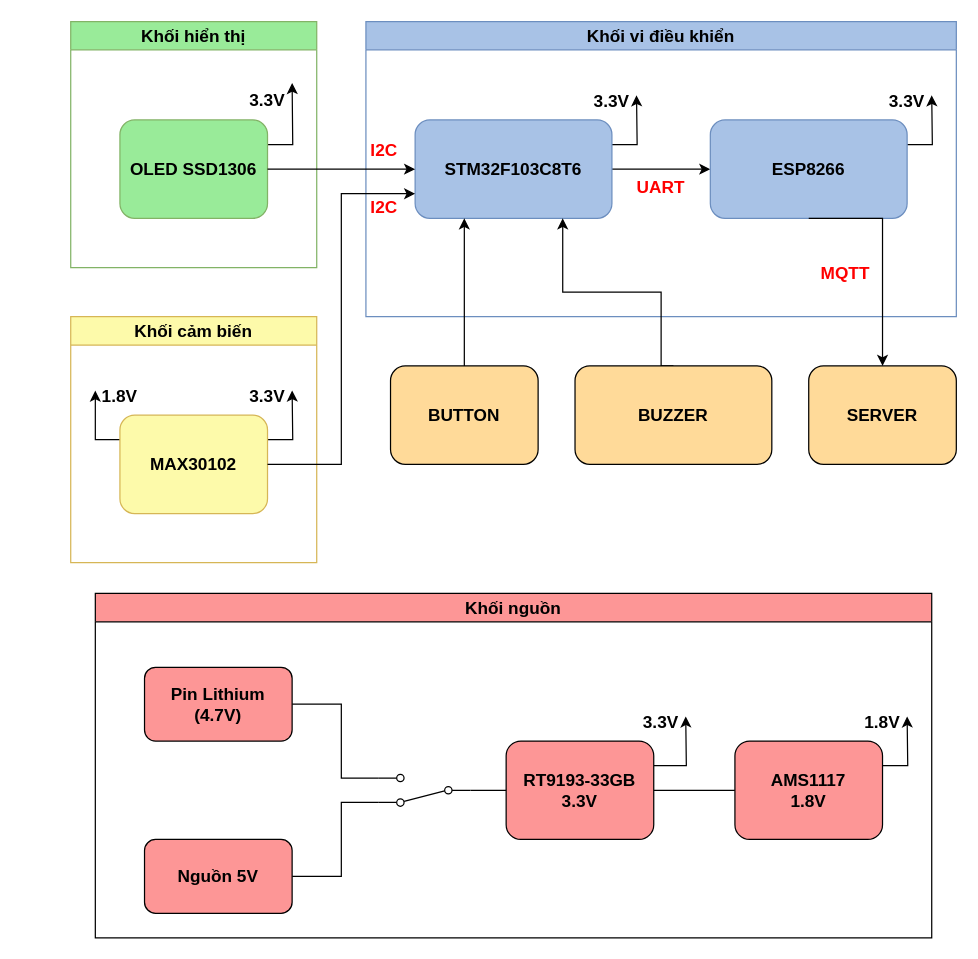
This is image/Sơ đồ khối chi tiết.drawio from tuanthanhhh/project233, a draw.io file, before an edit. Source tidied: cells renumbered, new cells numbered last; positions are measured from the earlier drawing's top-left corner, leaving out a move shared by most shapes. Both pictures are drawn from the tidied source at 123%, with x=0, y=0 at pixel (70, 21).
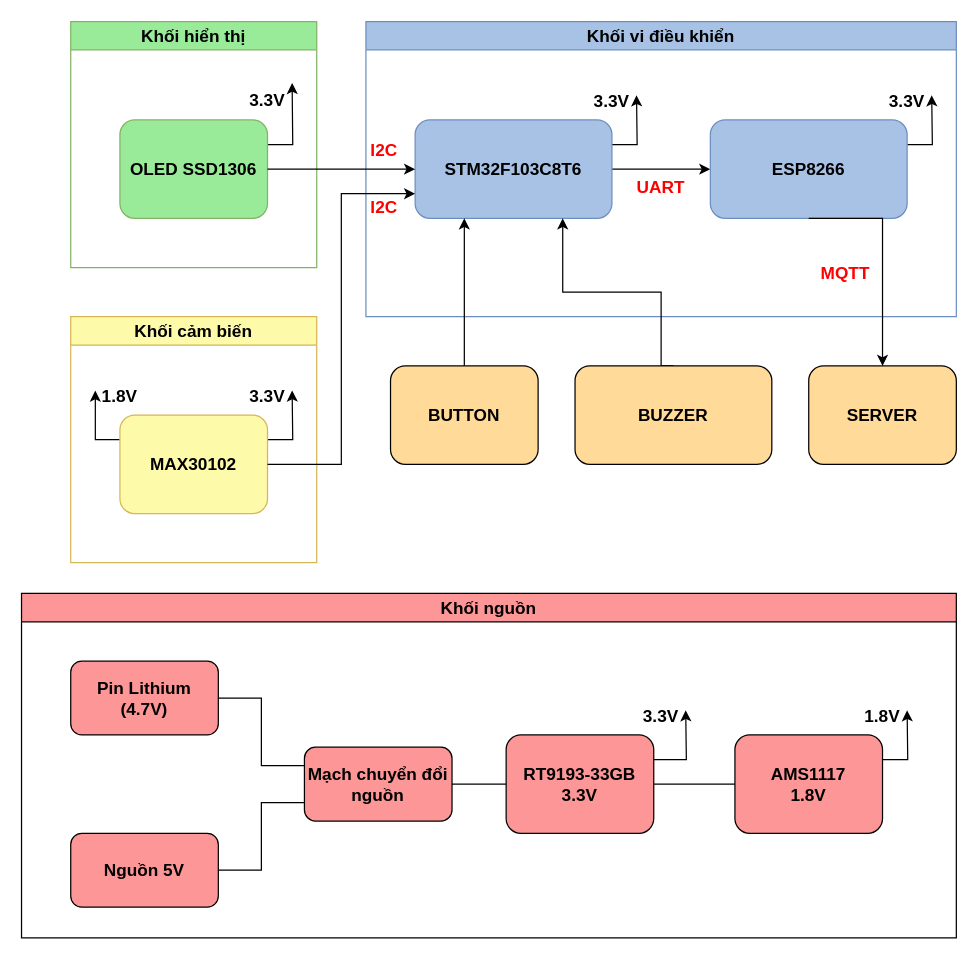
Above is the later version.

The edit, as a diff of the source:
```diff
@@
     <mxCell id="24" value="Khối nguồn" style="swimlane;whiteSpace=wrap;html=1;fontStyle=1;fontSize=14;fillColor=#fd9696;" parent="1" vertex="1">
-      <mxGeometry x="20" y="465" width="680" height="280" as="geometry" />
+      <mxGeometry x="-40" y="465" width="760" height="280" as="geometry" />
     </mxCell>
-    <mxCell id="25" style="edgeStyle=orthogonalEdgeStyle;rounded=0;jettySize=auto;html=1;exitX=1;exitY=0.5;exitDx=0;exitDy=0;entryX=1;entryY=0.88;entryDx=0;entryDy=0;endArrow=none;endFill=0;fontStyle=1;fontSize=14;" parent="24" edge="1" source="26" target="35">
-      <mxGeometry relative="1" as="geometry">
-        <Array as="points">
-          <mxPoint x="200" y="90" />
-          <mxPoint x="200" y="150" />
-        </Array>
-      </mxGeometry>
-    </mxCell>
+    <mxCell id="46" style="edgeStyle=orthogonalEdgeStyle;rounded=0;jettySize=auto;html=1;exitX=1;exitY=0.5;exitDx=0;exitDy=0;entryX=0;entryY=0.25;entryDx=0;entryDy=0;endArrow=none;endFill=0;" parent="24" edge="1" source="26" target="48">
+      <mxGeometry relative="1" as="geometry" />
+    </mxCell>
     <mxCell id="26" value="Pin Lithium (4.7V)" style="rounded=1;whiteSpace=wrap;html=1;fontStyle=1;fontSize=14;fillColor=#fd9696;" parent="24" vertex="1">
-      <mxGeometry x="40" y="60" width="120" height="60" as="geometry" />
+      <mxGeometry x="40" y="55" width="120" height="60" as="geometry" />
     </mxCell>
-    <mxCell id="27" style="edgeStyle=orthogonalEdgeStyle;rounded=0;jettySize=auto;html=1;exitX=1;exitY=0.5;exitDx=0;exitDy=0;entryX=1;entryY=0.12;entryDx=0;entryDy=0;endArrow=none;endFill=0;fontStyle=1;fontSize=14;" parent="24" edge="1" source="28" target="35">
-      <mxGeometry relative="1" as="geometry">
-        <Array as="points">
-          <mxPoint x="200" y="230" />
-          <mxPoint x="200" y="170" />
-        </Array>
-      </mxGeometry>
-    </mxCell>
+    <mxCell id="47" style="edgeStyle=orthogonalEdgeStyle;rounded=0;jettySize=auto;html=1;exitX=1;exitY=0.5;exitDx=0;exitDy=0;entryX=0;entryY=0.75;entryDx=0;entryDy=0;endArrow=none;endFill=0;" parent="24" edge="1" source="28" target="48">
+      <mxGeometry relative="1" as="geometry" />
+    </mxCell>
     <mxCell id="28" value="Nguồn 5V" style="rounded=1;whiteSpace=wrap;html=1;fontStyle=1;fontSize=14;fillColor=#fd9696;" parent="24" vertex="1">
-      <mxGeometry x="40" y="200" width="120" height="60" as="geometry" />
+      <mxGeometry x="40" y="195" width="120" height="60" as="geometry" />
     </mxCell>
@@
     <mxCell id="30" style="edgeStyle=orthogonalEdgeStyle;rounded=0;jettySize=auto;html=1;exitX=1;exitY=0.25;exitDx=0;exitDy=0;fontStyle=1;fontSize=14;" parent="24" edge="1" source="31">
       <mxGeometry relative="1" as="geometry">
-        <mxPoint x="480" y="100" as="targetPoint" />
+        <mxPoint x="540" y="95" as="targetPoint" />
       </mxGeometry>
     </mxCell>
     <mxCell id="31" value="&lt;span style=&quot;font-size: 14px;&quot;&gt;RT9193-33GB&lt;/span&gt;&lt;div style=&quot;font-size: 14px;&quot;&gt;&lt;span style=&quot;font-size: 14px;&quot;&gt;3.3V&lt;/span&gt;&lt;/div&gt;" style="rounded=1;whiteSpace=wrap;html=1;fontStyle=1;fontSize=14;fillColor=#fd9696;" parent="24" vertex="1">
-      <mxGeometry x="334" y="120" width="120" height="80" as="geometry" />
+      <mxGeometry x="394" y="115" width="120" height="80" as="geometry" />
     </mxCell>
     <mxCell id="32" style="edgeStyle=orthogonalEdgeStyle;rounded=0;jettySize=auto;html=1;exitX=1;exitY=0.25;exitDx=0;exitDy=0;fontStyle=1;fontSize=14;" parent="24" edge="1" source="33">
       <mxGeometry relative="1" as="geometry">
-        <mxPoint x="660" y="100" as="targetPoint" />
+        <mxPoint x="720" y="95" as="targetPoint" />
       </mxGeometry>
     </mxCell>
     <mxCell id="33" value="&lt;span style=&quot;font-size: 14px;&quot;&gt;AMS1117&lt;/span&gt;&lt;div style=&quot;font-size: 14px;&quot;&gt;&lt;span style=&quot;font-size: 14px;&quot;&gt;1.8V&lt;/span&gt;&lt;/div&gt;" style="rounded=1;whiteSpace=wrap;html=1;fontStyle=1;fontSize=14;fillColor=#fd9696;" parent="24" vertex="1">
-      <mxGeometry x="520" y="120" width="120" height="80" as="geometry" />
+      <mxGeometry x="580" y="115" width="120" height="80" as="geometry" />
     </mxCell>
-    <mxCell id="34" style="edgeStyle=orthogonalEdgeStyle;rounded=0;jettySize=auto;html=1;exitX=0;exitY=0.5;exitDx=0;exitDy=0;entryX=0;entryY=0.5;entryDx=0;entryDy=0;endArrow=none;endFill=0;fontStyle=1;fontSize=14;" parent="24" edge="1" source="35" target="31">
+    <mxCell id="34" style="edgeStyle=orthogonalEdgeStyle;rounded=0;jettySize=auto;html=1;exitX=1;exitY=0.5;exitDx=0;exitDy=0;entryX=0;entryY=0.5;entryDx=0;entryDy=0;endArrow=none;endFill=0;fontStyle=1;fontSize=14;" parent="24" edge="1" source="48" target="31">
       <mxGeometry relative="1" as="geometry" />
     </mxCell>
-    <mxCell id="35" style="html=1;shape=mxgraph.electrical.electro-mechanical.twoWaySwitch;elSwitchState=2;rotation=-180;fontStyle=1;fontSize=14;" parent="24" vertex="1">
-      <mxGeometry x="230" y="147" width="75" height="26" as="geometry" />
-    </mxCell>
     <mxCell id="36" value="3.3V" style="text;html=1;align=center;verticalAlign=middle;whiteSpace=wrap;rounded=0;fontStyle=1;fontSize=14;" parent="24" vertex="1">
-      <mxGeometry x="430" y="90" width="60" height="30" as="geometry" />
+      <mxGeometry x="490" y="85" width="60" height="30" as="geometry" />
     </mxCell>
     <mxCell id="37" value="1.8V" style="text;html=1;align=center;verticalAlign=middle;whiteSpace=wrap;rounded=0;fontStyle=1;fontSize=14;" parent="24" vertex="1">
-      <mxGeometry x="610" y="90" width="60" height="30" as="geometry" />
+      <mxGeometry x="670" y="85" width="60" height="30" as="geometry" />
     </mxCell>
+    <mxCell id="48" value="Mạch chuyển đổi nguồn" style="rounded=1;whiteSpace=wrap;html=1;fontStyle=1;fontSize=14;fillColor=#fd9696;" parent="24" vertex="1">
+      <mxGeometry x="230" y="125" width="120" height="60" as="geometry" />
+    </mxCell>
```
